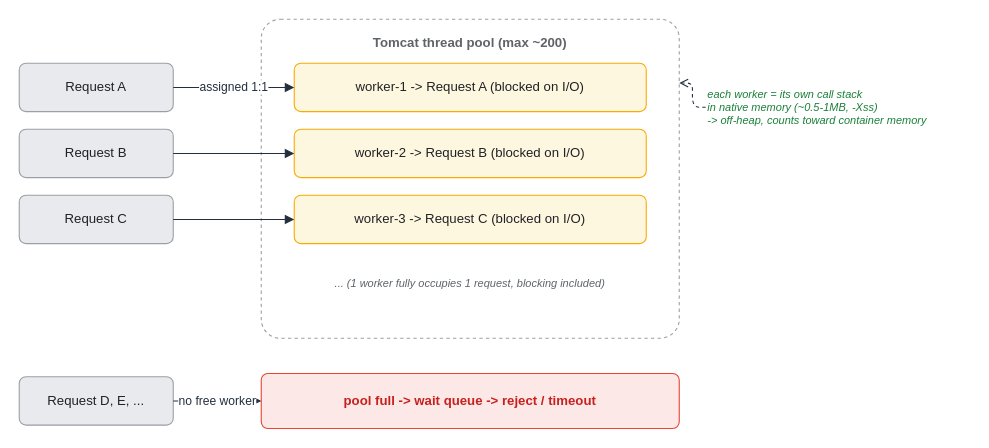
Before: assets/img/spring/spring-06-thread-per-request.drawio in KKamJi98/kkamji98.github.io, a draw.io diagram. Source tidied: cells renumbered, new cells numbered last; positions are measured from the earlier drawing's top-left corner, leaving out a move shared by most shapes. Both pictures are drawn from the tidied source at 110%, with x=0, y=0 at pixel (19, 19).
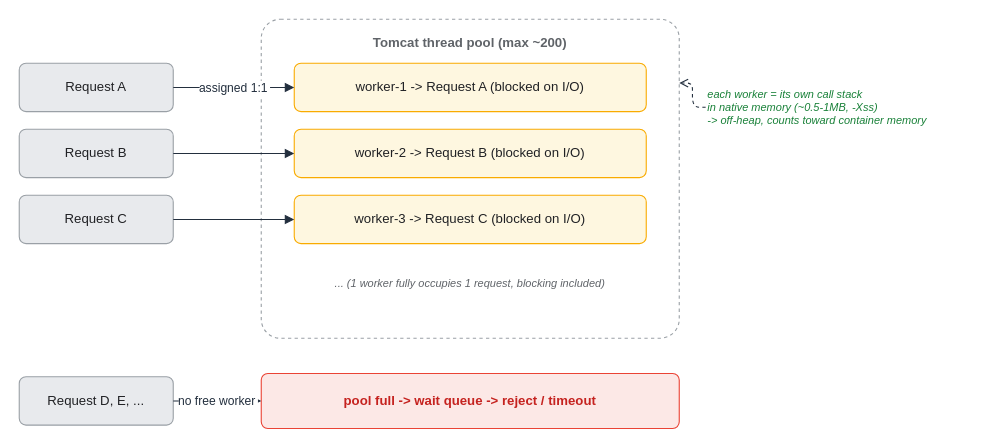
Above is the later version.

Change to the diagram source:
```diff
@@
 <mxGraphModel background="#FFFFFF">
   <root>
     <mxCell id="0" />
     <mxCell id="1" parent="0" />
     <mxCell id="2" value="Tomcat thread pool (max ~200)" style="rounded=1;whiteSpace=wrap;html=1;arcSize=6;shadow=0;fillColor=#FFFFFF;strokeColor=#9AA0A6;fontColor=#5F6368;fontStyle=1;verticalAlign=top;align=center;dashed=1;spacingTop=8;" parent="1" vertex="1">
       <mxGeometry x="220" width="380" height="290" as="geometry" />
     </mxCell>
     <mxCell id="3" value="Request A" style="rounded=1;whiteSpace=wrap;html=1;arcSize=14;shadow=0;fillColor=#E8EAED;strokeColor=#9AA0A6;fontColor=#202124;" parent="1" vertex="1">
       <mxGeometry y="40" width="140" height="44" as="geometry" />
     </mxCell>
     <mxCell id="4" value="Request B" style="rounded=1;whiteSpace=wrap;html=1;arcSize=14;shadow=0;fillColor=#E8EAED;strokeColor=#9AA0A6;fontColor=#202124;" parent="1" vertex="1">
       <mxGeometry y="100" width="140" height="44" as="geometry" />
     </mxCell>
     <mxCell id="5" value="Request C" style="rounded=1;whiteSpace=wrap;html=1;arcSize=14;shadow=0;fillColor=#E8EAED;strokeColor=#9AA0A6;fontColor=#202124;" parent="1" vertex="1">
       <mxGeometry y="160" width="140" height="44" as="geometry" />
     </mxCell>
     <mxCell id="6" value="Request D, E, ..." style="rounded=1;whiteSpace=wrap;html=1;arcSize=14;shadow=0;fillColor=#E8EAED;strokeColor=#9AA0A6;fontColor=#202124;" parent="1" vertex="1">
       <mxGeometry y="325" width="140" height="44" as="geometry" />
     </mxCell>
     <mxCell id="7" value="worker-1  -&gt;  Request A  (blocked on I/O)" style="rounded=1;whiteSpace=wrap;html=1;arcSize=14;shadow=0;fillColor=#FEF7E0;strokeColor=#F9AB00;fontColor=#202124;" parent="1" vertex="1">
       <mxGeometry x="250" y="40" width="320" height="44" as="geometry" />
     </mxCell>
     <mxCell id="8" value="worker-2  -&gt;  Request B  (blocked on I/O)" style="rounded=1;whiteSpace=wrap;html=1;arcSize=14;shadow=0;fillColor=#FEF7E0;strokeColor=#F9AB00;fontColor=#202124;" parent="1" vertex="1">
       <mxGeometry x="250" y="100" width="320" height="44" as="geometry" />
     </mxCell>
     <mxCell id="9" value="worker-3  -&gt;  Request C  (blocked on I/O)" style="rounded=1;whiteSpace=wrap;html=1;arcSize=14;shadow=0;fillColor=#FEF7E0;strokeColor=#F9AB00;fontColor=#202124;" parent="1" vertex="1">
       <mxGeometry x="250" y="160" width="320" height="44" as="geometry" />
     </mxCell>
     <mxCell id="10" value="...  (1 worker fully occupies 1 request, blocking included)" style="text;html=1;align=center;verticalAlign=middle;whiteSpace=wrap;fontSize=10;fontColor=#5F6368;fontStyle=2;" parent="1" vertex="1">
       <mxGeometry x="250" y="220" width="320" height="40" as="geometry" />
     </mxCell>
     <mxCell id="11" value="pool full -&gt; wait queue -&gt; reject / timeout" style="rounded=1;whiteSpace=wrap;html=1;arcSize=12;shadow=0;fillColor=#FCE8E6;strokeColor=#EA4335;fontColor=#C5221F;fontStyle=1;" parent="1" vertex="1">
       <mxGeometry x="220" y="322" width="380" height="50" as="geometry" />
     </mxCell>
     <mxCell id="12" value="each worker = its own call stack&#10;in native memory (~0.5-1MB, -Xss)&#10;-&gt; off-heap, counts toward container memory" style="text;html=1;align=left;verticalAlign=middle;whiteSpace=wrap;fontSize=10;fontColor=#188038;fontStyle=2;" parent="1" vertex="1">
       <mxGeometry x="624" y="40" width="240" height="80" as="geometry" />
     </mxCell>
-    <mxCell id="13" value="assigned 1:1" style="edgeStyle=orthogonalEdgeStyle;rounded=1;html=1;fontColor=#232F3E;strokeColor=#232F3E;labelBackgroundColor=#FFFFFF;endArrow=block;exitX=1;exitY=0.5;exitDx=0;exitDy=0;entryX=0;entryY=0.5;entryDx=0;entryDy=0;" parent="1" edge="1" source="3" target="7">
+    <mxCell id="13" value="assigned 1:1" style="edgeStyle=orthogonalEdgeStyle;rounded=1;html=0;fontColor=#232F3E;strokeColor=#232F3E;labelBackgroundColor=#FFFFFF;endArrow=block;exitX=1;exitY=0.5;exitDx=0;exitDy=0;entryX=0;entryY=0.5;entryDx=0;entryDy=0;" parent="1" edge="1" source="3" target="7">
       <mxGeometry relative="1" as="geometry" />
     </mxCell>
     <mxCell id="14" style="edgeStyle=orthogonalEdgeStyle;rounded=1;html=1;fontColor=#232F3E;strokeColor=#232F3E;labelBackgroundColor=none;endArrow=block;exitX=1;exitY=0.5;exitDx=0;exitDy=0;entryX=0;entryY=0.5;entryDx=0;entryDy=0;" parent="1" edge="1" source="4" target="8">
       <mxGeometry relative="1" as="geometry" />
     </mxCell>
     <mxCell id="15" style="edgeStyle=orthogonalEdgeStyle;rounded=1;html=1;fontColor=#232F3E;strokeColor=#232F3E;labelBackgroundColor=none;endArrow=block;exitX=1;exitY=0.5;exitDx=0;exitDy=0;entryX=0;entryY=0.5;entryDx=0;entryDy=0;" parent="1" edge="1" source="5" target="9">
       <mxGeometry relative="1" as="geometry" />
     </mxCell>
-    <mxCell id="16" value="no free worker" style="edgeStyle=orthogonalEdgeStyle;rounded=1;html=1;fontColor=#232F3E;strokeColor=#232F3E;labelBackgroundColor=#FFFFFF;endArrow=block;exitX=1;exitY=0.5;exitDx=0;exitDy=0;entryX=0;entryY=0.5;entryDx=0;entryDy=0;" parent="1" edge="1" source="6" target="11">
+    <mxCell id="16" value="no free worker" style="edgeStyle=orthogonalEdgeStyle;rounded=1;html=0;fontColor=#232F3E;strokeColor=#232F3E;labelBackgroundColor=#FFFFFF;endArrow=block;exitX=1;exitY=0.5;exitDx=0;exitDy=0;entryX=0;entryY=0.5;entryDx=0;entryDy=0;" parent="1" edge="1" source="6" target="11">
       <mxGeometry relative="1" as="geometry" />
     </mxCell>
     <mxCell id="17" style="edgeStyle=orthogonalEdgeStyle;rounded=1;html=1;dashed=1;strokeColor=#232F3E;fontColor=#232F3E;labelBackgroundColor=none;endArrow=open;endSize=6;exitX=0;exitY=0.5;exitDx=0;exitDy=0;entryX=1;entryY=0.2;entryDx=0;entryDy=0;" parent="1" edge="1" source="12" target="2">
       <mxGeometry relative="1" as="geometry" />
     </mxCell>
   </root>
 </mxGraphModel>
```
